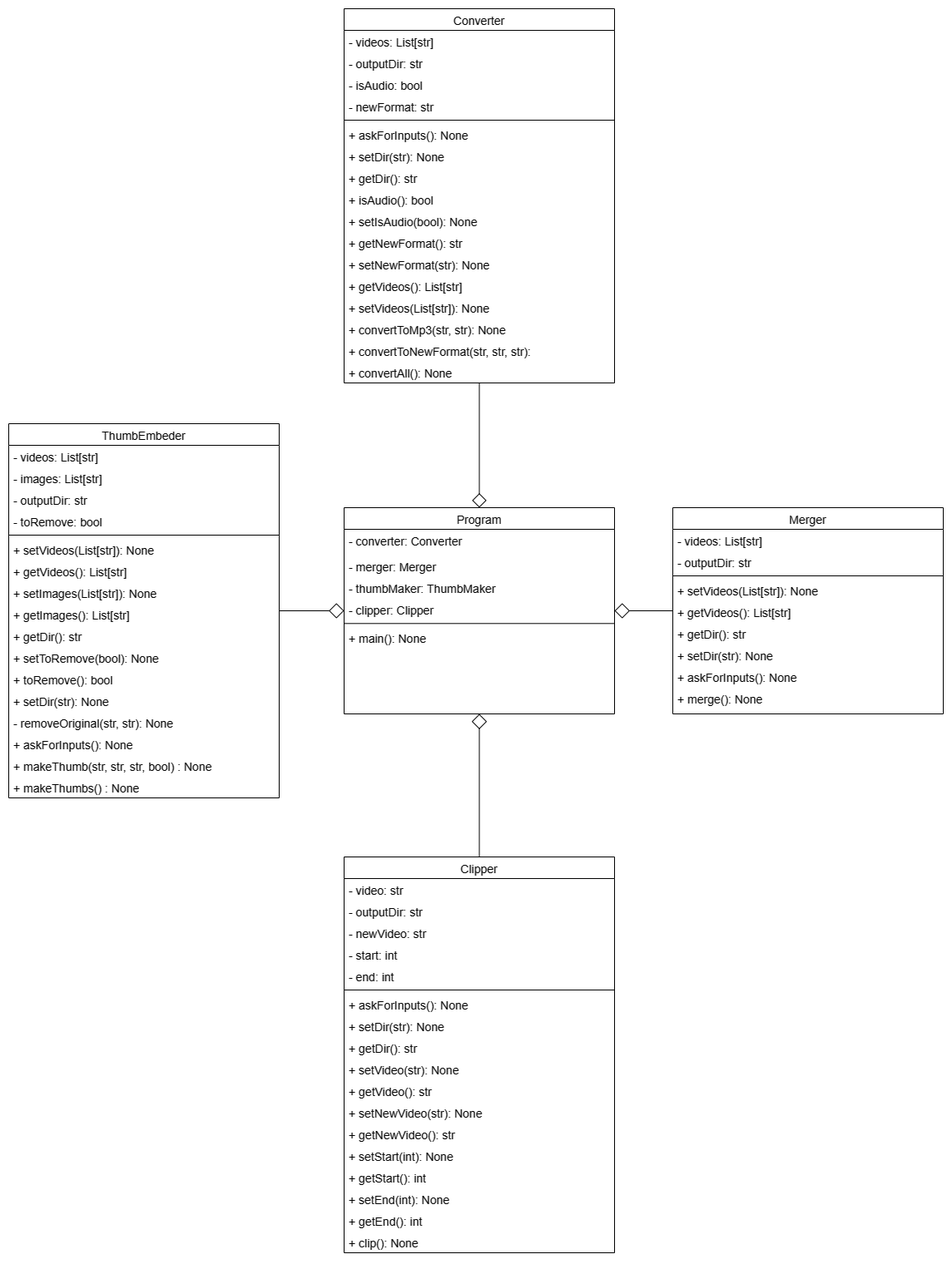
The draw.io diagram Video-Toolbox.drawio.png in ahmedxgouda/video-toolbox, before a commit. Source tidied: cells renumbered, new cells last; positions are measured from the earlier drawing's top-left corner, leaving out a move shared by most shapes.
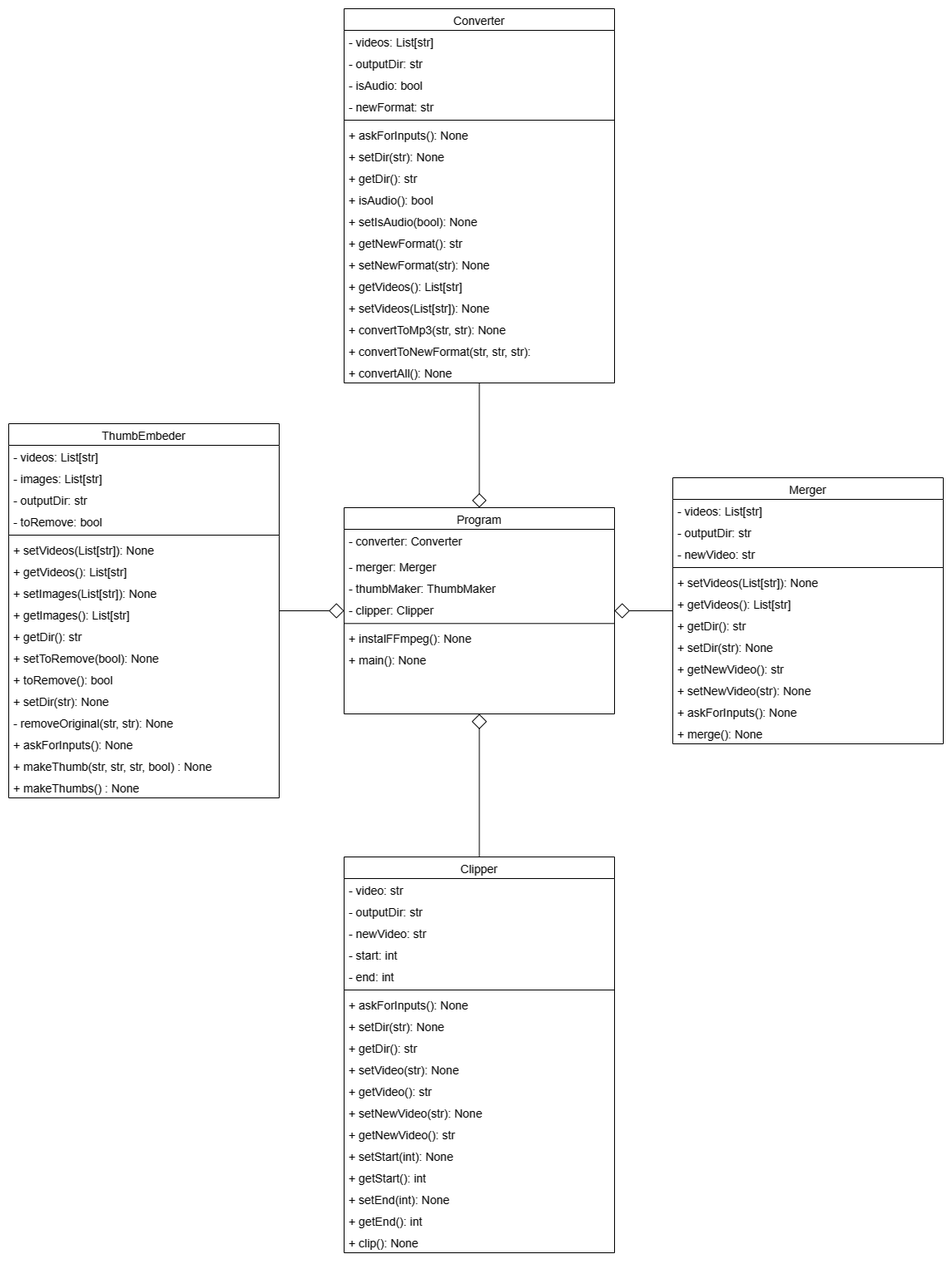
After the commit.

The edit, as a diff of the source:
```diff
@@ -26,9 +26,12 @@
     <mxCell id="9" style="line;html=1;strokeWidth=1;align=left;verticalAlign=middle;spacingTop=-1;spacingLeft=3;spacingRight=3;labelPosition=right;fontSize=14;" parent="4" vertex="1">
       <mxGeometry y="135.3" width="325" height="8" as="geometry" />
     </mxCell>
-    <mxCell id="10" value="+ main(): None" style="text;align=left;verticalAlign=top;spacingLeft=4;spacingRight=4;overflow=hidden;fontSize=14;" parent="4" vertex="1">
+    <mxCell id="10" value="+ instalFFmpeg(): None" style="text;align=left;verticalAlign=top;spacingLeft=4;spacingRight=4;overflow=hidden;fontSize=14;" parent="4" vertex="1">
       <mxGeometry y="143.3" width="325" height="26" as="geometry" />
     </mxCell>
+    <mxCell id="78" value="+ main(): None" style="text;align=left;verticalAlign=top;spacingLeft=4;spacingRight=4;overflow=hidden;fontSize=14;" parent="4" vertex="1">
+      <mxGeometry y="169.3" width="325" height="26" as="geometry" />
+    </mxCell>
     <mxCell id="11" value="Converter" style="swimlane;fontStyle=0;align=center;verticalAlign=top;horizontal=1;startSize=26;rounded=0;shadow=0;strokeWidth=1;fontSize=14;" parent="1" vertex="1">
       <mxGeometry x="403" width="325" height="450" as="geometry" />
     </mxCell>
@@ -84,7 +87,7 @@
       <mxGeometry y="424" width="325" height="26" as="geometry" />
     </mxCell>
     <mxCell id="29" value="Merger" style="swimlane;fontStyle=0;align=center;verticalAlign=top;horizontal=1;startSize=26;rounded=0;shadow=0;strokeWidth=1;fontSize=14;" parent="1" vertex="1">
-      <mxGeometry x="798" y="600" width="325" height="248" as="geometry" />
+      <mxGeometry x="798" y="564" width="325" height="320" as="geometry" />
     </mxCell>
     <mxCell id="30" value="- videos: List[str]" style="text;align=left;verticalAlign=top;spacingLeft=4;spacingRight=4;overflow=hidden;fontSize=14;" parent="29" vertex="1">
       <mxGeometry y="26" width="325" height="26" as="geometry" />
@@ -92,26 +95,35 @@
     <mxCell id="31" value="- outputDir: str" style="text;align=left;verticalAlign=top;spacingLeft=4;spacingRight=4;overflow=hidden;rounded=0;shadow=0;html=0;fontSize=14;" parent="29" vertex="1">
       <mxGeometry y="52" width="325" height="26" as="geometry" />
     </mxCell>
+    <mxCell id="79" value="- newVideo: str" style="text;align=left;verticalAlign=top;spacingLeft=4;spacingRight=4;overflow=hidden;rounded=0;shadow=0;html=0;fontSize=14;" parent="29" vertex="1">
+      <mxGeometry y="78" width="325" height="26" as="geometry" />
+    </mxCell>
     <mxCell id="32" style="line;html=1;strokeWidth=1;align=left;verticalAlign=middle;spacingTop=-1;spacingLeft=3;spacingRight=3;labelPosition=right;fontSize=14;" parent="29" vertex="1">
-      <mxGeometry y="78" width="325" height="8" as="geometry" />
+      <mxGeometry y="104" width="325" height="8" as="geometry" />
     </mxCell>
     <mxCell id="33" value="+ setVideos(List[str]): None" style="text;align=left;verticalAlign=top;spacingLeft=4;spacingRight=4;overflow=hidden;fontSize=14;" parent="29" vertex="1">
-      <mxGeometry y="86" width="325" height="26" as="geometry" />
+      <mxGeometry y="112" width="325" height="26" as="geometry" />
     </mxCell>
     <mxCell id="34" value="+ getVideos(): List[str]" style="text;align=left;verticalAlign=top;spacingLeft=4;spacingRight=4;overflow=hidden;fontSize=14;" parent="29" vertex="1">
-      <mxGeometry y="112" width="325" height="26" as="geometry" />
+      <mxGeometry y="138" width="325" height="26" as="geometry" />
     </mxCell>
     <mxCell id="35" value="+ getDir(): str" style="text;align=left;verticalAlign=top;spacingLeft=4;spacingRight=4;overflow=hidden;fontSize=14;" parent="29" vertex="1">
-      <mxGeometry y="138" width="325" height="26" as="geometry" />
+      <mxGeometry y="164" width="325" height="26" as="geometry" />
     </mxCell>
     <mxCell id="36" value="+ setDir(str): None" style="text;align=left;verticalAlign=top;spacingLeft=4;spacingRight=4;overflow=hidden;fontSize=14;" parent="29" vertex="1">
-      <mxGeometry y="164" width="325" height="26" as="geometry" />
+      <mxGeometry y="190" width="325" height="26" as="geometry" />
     </mxCell>
+    <mxCell id="80" value="+ getNewVideo(): str" style="text;align=left;verticalAlign=top;spacingLeft=4;spacingRight=4;overflow=hidden;fontSize=14;" parent="29" vertex="1">
+      <mxGeometry y="216" width="325" height="26" as="geometry" />
+    </mxCell>
+    <mxCell id="81" value="+ setNewVideo(str): None" style="text;align=left;verticalAlign=top;spacingLeft=4;spacingRight=4;overflow=hidden;fontSize=14;" parent="29" vertex="1">
+      <mxGeometry y="242" width="325" height="26" as="geometry" />
+    </mxCell>
     <mxCell id="37" value="+ askForInputs(): None" style="text;align=left;verticalAlign=top;spacingLeft=4;spacingRight=4;overflow=hidden;fontSize=14;" parent="29" vertex="1">
-      <mxGeometry y="190" width="325" height="26" as="geometry" />
+      <mxGeometry y="268" width="325" height="26" as="geometry" />
     </mxCell>
     <mxCell id="38" value="+ merge(): None" style="text;align=left;verticalAlign=top;spacingLeft=4;spacingRight=4;overflow=hidden;fontSize=14;" parent="29" vertex="1">
-      <mxGeometry y="216" width="325" height="26" as="geometry" />
+      <mxGeometry y="294" width="325" height="26" as="geometry" />
     </mxCell>
     <mxCell id="39" value="ThumbEmbeder" style="swimlane;fontStyle=0;align=center;verticalAlign=top;horizontal=1;startSize=26;rounded=0;shadow=0;strokeWidth=1;fontSize=14;" parent="1" vertex="1">
       <mxGeometry y="499" width="325" height="450" as="geometry" />
```
